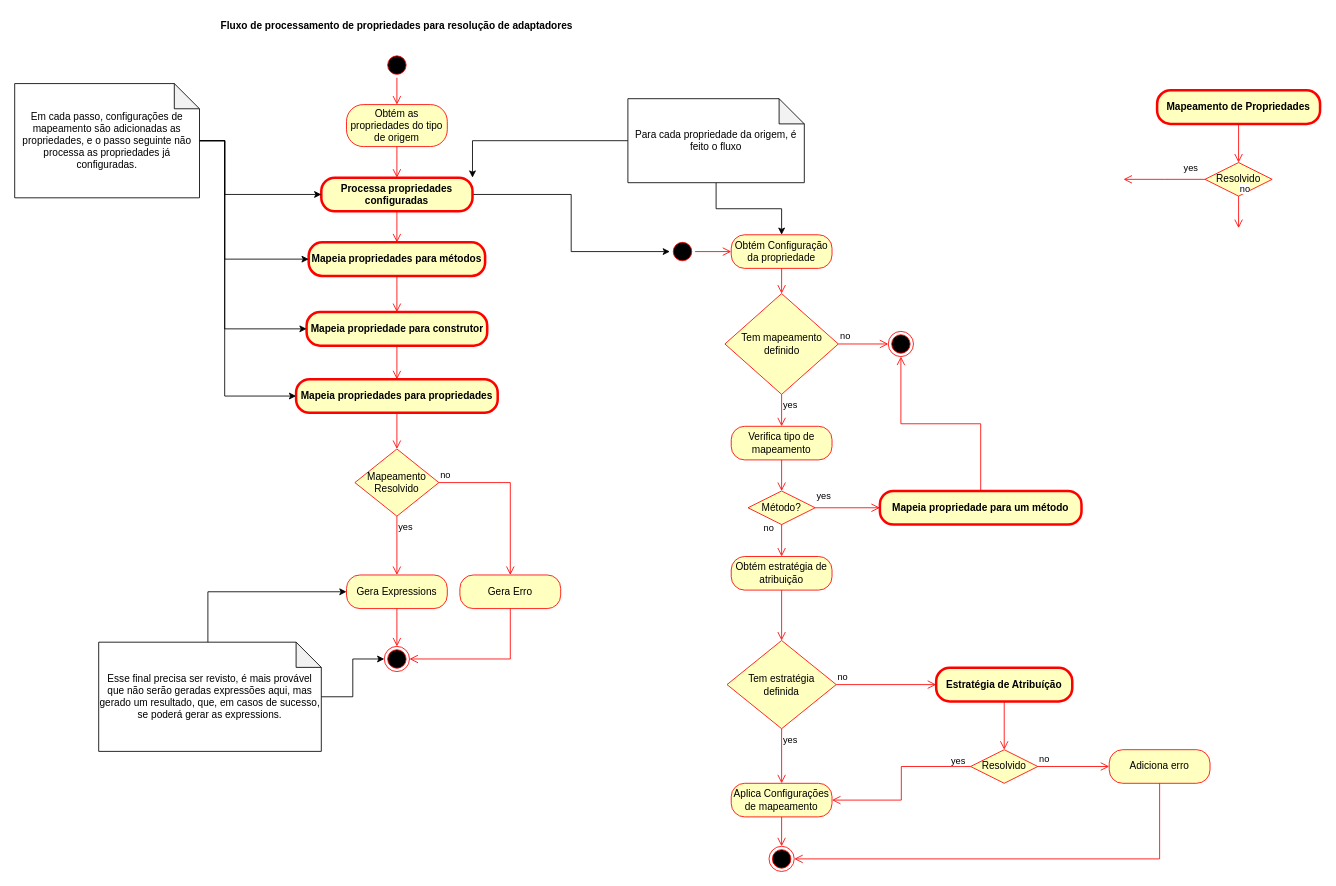
Above: page "Properties" (3 of 6) of Diagrams/adapter-flow.drawio in Royal-Code/SmartMapper (draw.io), before the change. Source tidied: cells renumbered, new cells numbered last; positions are measured from the earlier drawing's top-left corner, leaving out a move shared by most shapes. Both pictures are drawn from the tidied source at 84%, with x=0, y=0 at pixel (14, 14).
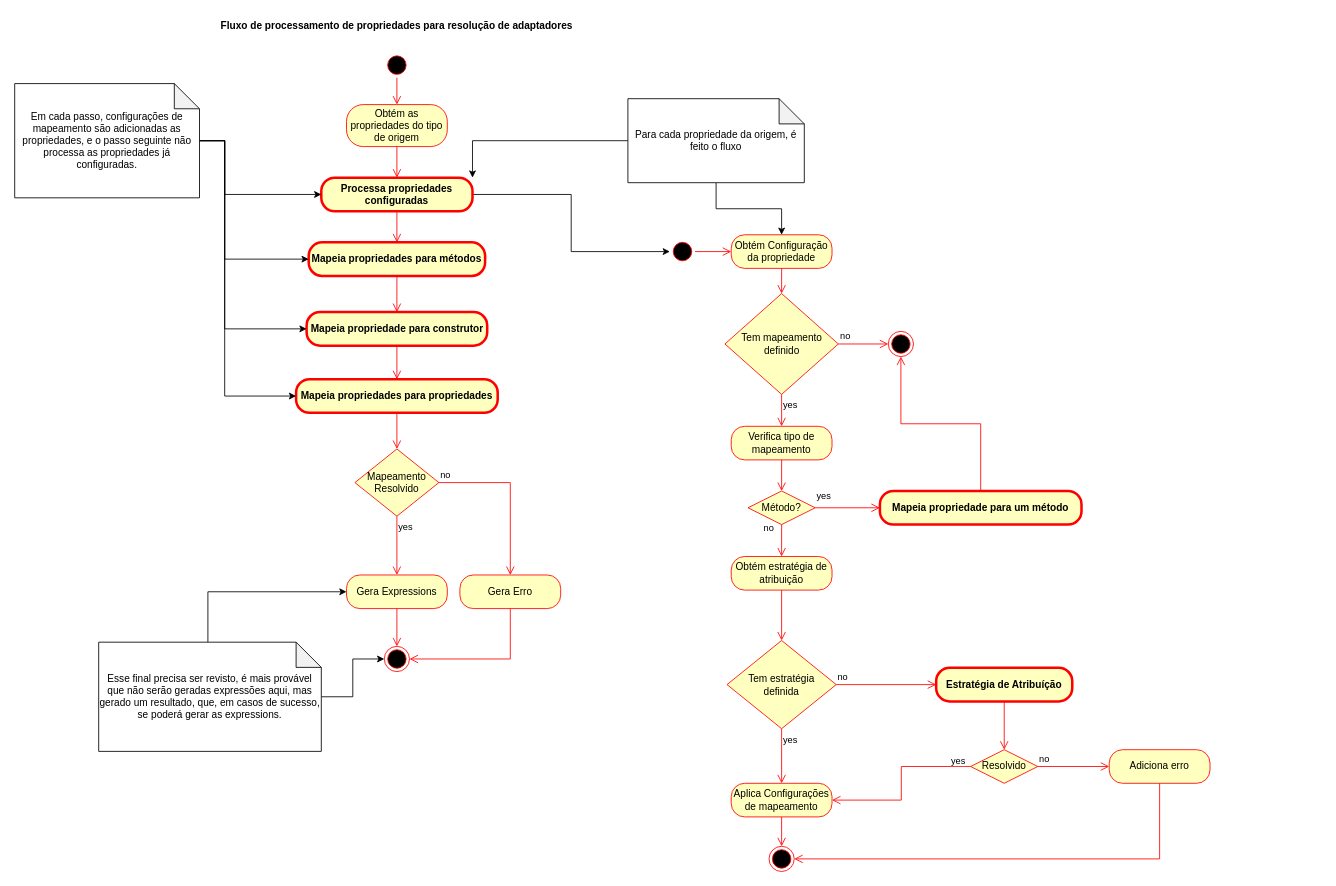
The same diagram, later.

Diff of the diagram source:
```diff
@@
-    <mxCell id="20" value="Resolvido" style="rhombus;whiteSpace=wrap;html=1;fillColor=#ffffc0;strokeColor=#ff0000;" parent="1" vertex="1">
-      <mxGeometry x="1417" y="176" width="80" height="40" as="geometry" />
-    </mxCell>
-    <mxCell id="21" value="no" style="edgeStyle=orthogonalEdgeStyle;html=1;align=left;verticalAlign=bottom;endArrow=open;endSize=8;strokeColor=#ff0000;rounded=0;" parent="1" edge="1" source="20">
-      <mxGeometry x="-1" relative="1" as="geometry">
-        <mxPoint x="1457" y="254" as="targetPoint" />
-      </mxGeometry>
-    </mxCell>
-    <mxCell id="22" value="yes" style="edgeStyle=orthogonalEdgeStyle;html=1;align=left;verticalAlign=top;endArrow=open;endSize=8;strokeColor=#ff0000;rounded=0;exitX=0;exitY=0.5;exitDx=0;exitDy=0;" parent="1" edge="1" source="20">
-      <mxGeometry x="-0.44" y="-26" relative="1" as="geometry">
-        <mxPoint x="1320" y="196" as="targetPoint" />
-      </mxGeometry>
-    </mxCell>
@@
-    <mxCell id="44" style="edgeStyle=orthogonalEdgeStyle;html=1;verticalAlign=bottom;endArrow=open;endSize=8;strokeColor=#ff0000;rounded=0;entryX=0.5;entryY=0;entryDx=0;entryDy=0;exitX=0.5;exitY=1;exitDx=0;exitDy=0;" parent="1" edge="1" source="46" target="20">
-      <mxGeometry relative="1" as="geometry" />
-    </mxCell>
@@
-    <mxCell id="46" value="&lt;b&gt;Mapeamento de Propriedades&lt;/b&gt;" style="rounded=1;whiteSpace=wrap;html=1;arcSize=40;fontColor=#000000;fillColor=#ffffc0;strokeColor=#ff0000;strokeWidth=3;" parent="1" vertex="1">
-      <mxGeometry x="1360" y="90" width="194" height="40" as="geometry" />
-    </mxCell>
```
